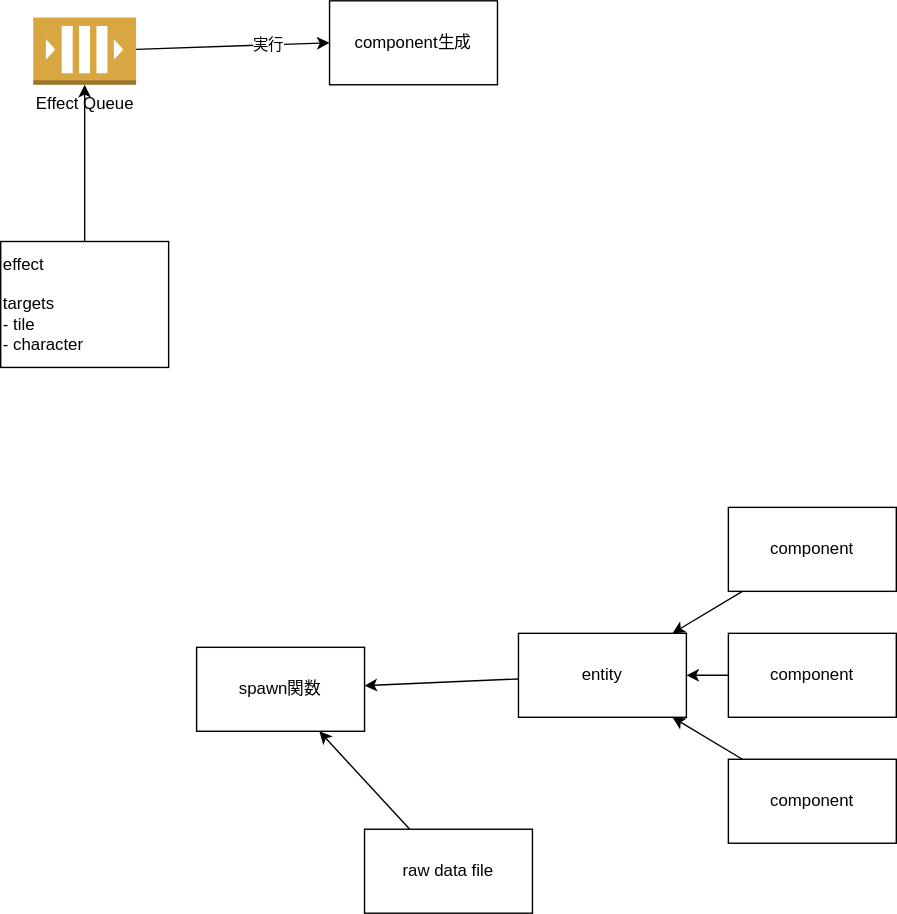
Earlier version of the draw.io export docs/images/20231207item.drawio.svg (kijimaD/ruins). Source tidied: cells renumbered, new cells last; positions are measured from the earlier drawing's top-left corner, leaving out a move shared by most shapes.
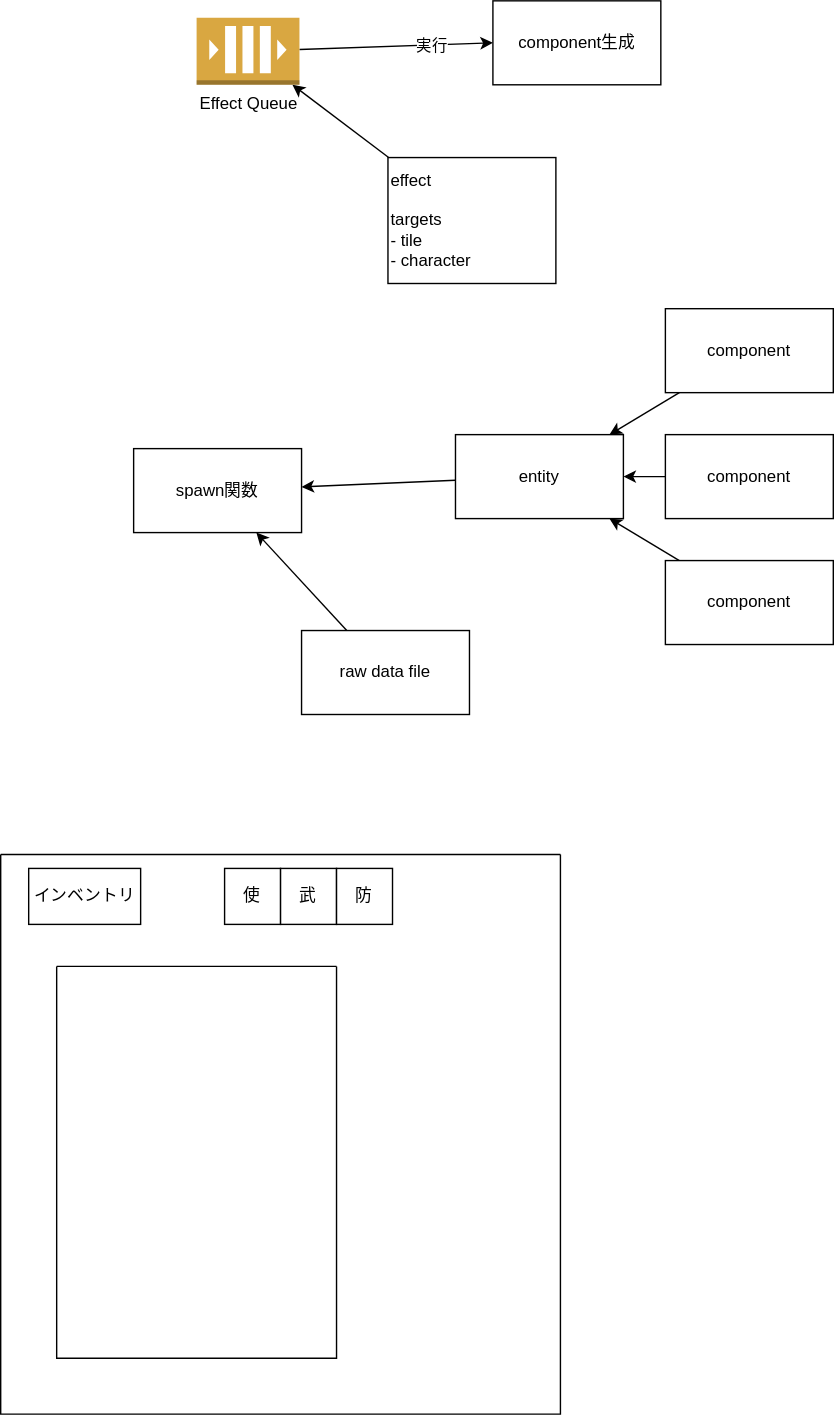
The same diagram one commit later.

Change to the diagram source:
```diff
@@ -6,7 +6,7 @@
       <mxGeometry relative="1" as="geometry" />
     </mxCell>
     <mxCell id="3" value="effect&lt;br&gt;&lt;br&gt;targets&lt;br&gt;- tile&lt;br&gt;&lt;div style=&quot;&quot;&gt;&lt;span style=&quot;background-color: initial;&quot;&gt;- character&lt;/span&gt;&lt;/div&gt;" style="whiteSpace=wrap;html=1;align=left;" parent="1" vertex="1">
-      <mxGeometry y="172" width="120" height="90" as="geometry" />
+      <mxGeometry x="321.8" y="254" width="120" height="90" as="geometry" />
     </mxCell>
     <mxCell id="4" style="edgeStyle=none;html=1;entryX=0;entryY=0.5;entryDx=0;entryDy=0;" parent="1" edge="1" source="6" target="7">
       <mxGeometry relative="1" as="geometry" />
@@ -15,10 +15,10 @@
       <mxGeometry x="0.36" relative="1" as="geometry" />
     </mxCell>
     <mxCell id="6" value="Effect Queue" style="outlineConnect=0;dashed=0;verticalLabelPosition=bottom;verticalAlign=top;align=center;html=1;shape=mxgraph.aws3.queue;fillColor=#D9A741;gradientColor=none;" parent="1" vertex="1">
-      <mxGeometry x="23.2" y="12" width="73.5" height="48" as="geometry" />
+      <mxGeometry x="185" y="154" width="73.5" height="48" as="geometry" />
     </mxCell>
     <mxCell id="7" value="component生成" style="whiteSpace=wrap;html=1;" parent="1" vertex="1">
-      <mxGeometry x="235" width="120" height="60" as="geometry" />
+      <mxGeometry x="396.8" y="142" width="120" height="60" as="geometry" />
     </mxCell>
     <mxCell id="8" value="spawn関数" style="whiteSpace=wrap;html=1;" parent="1" vertex="1">
       <mxGeometry x="140" y="462" width="120" height="60" as="geometry" />
@@ -53,5 +53,23 @@
     <mxCell id="18" value="component" style="whiteSpace=wrap;html=1;" parent="1" vertex="1">
       <mxGeometry x="520" y="362" width="120" height="60" as="geometry" />
     </mxCell>
+    <mxCell id="19" style="swimlane;startSize=0;" parent="1" vertex="1">
+      <mxGeometry x="45" y="752" width="400" height="400" as="geometry" />
+    </mxCell>
+    <mxCell id="20" style="swimlane;startSize=0;" parent="19" vertex="1">
+      <mxGeometry x="40" y="80" width="200" height="280" as="geometry" />
+    </mxCell>
+    <mxCell id="21" value="インベントリ" style="whiteSpace=wrap;html=1;" parent="19" vertex="1">
+      <mxGeometry x="20" y="10" width="80" height="40" as="geometry" />
+    </mxCell>
+    <mxCell id="22" value="使" style="whiteSpace=wrap;html=1;" parent="19" vertex="1">
+      <mxGeometry x="160" y="10" width="40" height="40" as="geometry" />
+    </mxCell>
+    <mxCell id="23" value="武" style="whiteSpace=wrap;html=1;" parent="19" vertex="1">
+      <mxGeometry x="200" y="10" width="40" height="40" as="geometry" />
+    </mxCell>
+    <mxCell id="24" value="防" style="whiteSpace=wrap;html=1;" parent="19" vertex="1">
+      <mxGeometry x="240" y="10" width="40" height="40" as="geometry" />
+    </mxCell>
   </root>
 </mxGraphModel>
```
